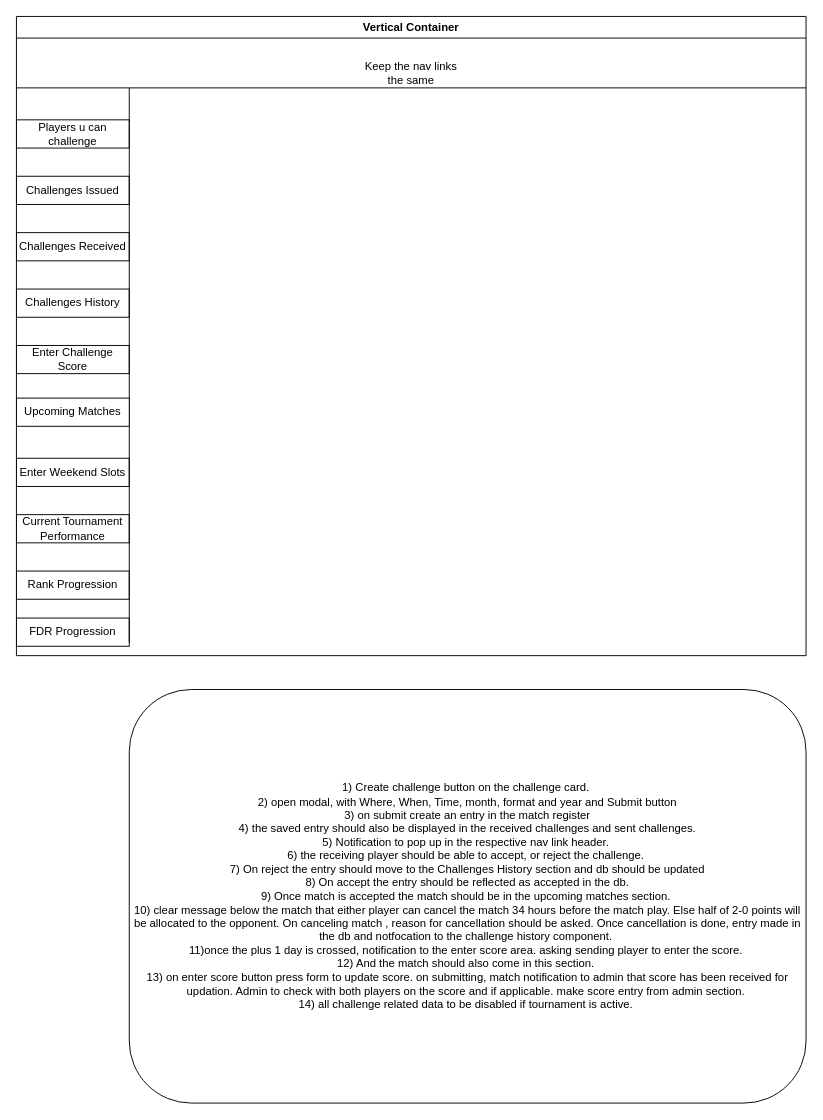
Above: page "player dashboard" (7 of 7) of Untitled Diagram.drawio in snair0410/cv (draw.io), before the change. Source tidied: cells renumbered, new cells numbered last; positions are measured from the earlier drawing's top-left corner, leaving out a move shared by most shapes. Both pictures are drawn from the tidied source at 94%, with x=0, y=0 at pixel (16, 16).
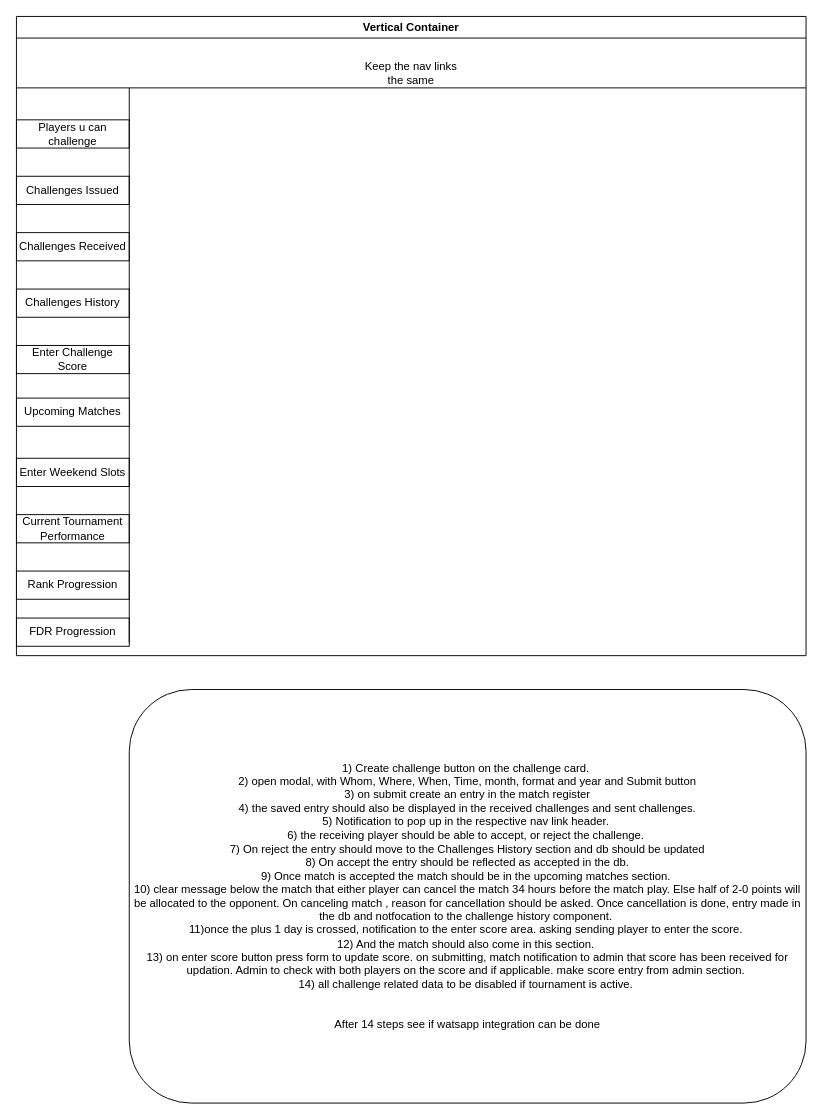
After the change.

What changed in the source:
```diff
@@
 <mxGraphModel>
   <root>
     <mxCell id="0" />
     <mxCell id="1" parent="0" />
     <mxCell id="2" value="Vertical Container" style="swimlane;" parent="1" vertex="1">
       <mxGeometry width="840" height="680" as="geometry" />
     </mxCell>
     <mxCell id="3" value="Keep the nav links the same" style="text;html=1;strokeColor=none;fillColor=none;align=center;verticalAlign=middle;whiteSpace=wrap;rounded=0;" parent="2" vertex="1">
       <mxGeometry x="360" y="50" width="120" height="20" as="geometry" />
     </mxCell>
     <mxCell id="4" value="Players u can challenge" style="rounded=0;whiteSpace=wrap;html=1;" parent="2" vertex="1">
       <mxGeometry y="110" width="120" height="30" as="geometry" />
     </mxCell>
     <mxCell id="5" value="Challenges Issued" style="rounded=0;whiteSpace=wrap;html=1;" parent="2" vertex="1">
       <mxGeometry y="170" width="120" height="30" as="geometry" />
     </mxCell>
     <mxCell id="6" value="Challenges Received" style="rounded=0;whiteSpace=wrap;html=1;" parent="2" vertex="1">
       <mxGeometry y="230" width="120" height="30" as="geometry" />
     </mxCell>
     <mxCell id="7" value="Challenges History" style="rounded=0;whiteSpace=wrap;html=1;" parent="2" vertex="1">
       <mxGeometry y="290" width="120" height="30" as="geometry" />
     </mxCell>
     <mxCell id="8" value="Enter Challenge Score" style="rounded=0;whiteSpace=wrap;html=1;" parent="2" vertex="1">
       <mxGeometry y="350" width="120" height="30" as="geometry" />
     </mxCell>
     <mxCell id="9" value="FDR Progression" style="rounded=0;whiteSpace=wrap;html=1;" parent="2" vertex="1">
       <mxGeometry y="640" width="120" height="30" as="geometry" />
     </mxCell>
     <mxCell id="10" value="Enter Weekend Slots" style="rounded=0;whiteSpace=wrap;html=1;" parent="2" vertex="1">
       <mxGeometry y="470" width="120" height="30" as="geometry" />
     </mxCell>
     <mxCell id="11" value="Rank Progression" style="rounded=0;whiteSpace=wrap;html=1;" parent="2" vertex="1">
       <mxGeometry y="590" width="120" height="30" as="geometry" />
     </mxCell>
     <mxCell id="12" value="Current Tournament Performance" style="rounded=0;whiteSpace=wrap;html=1;" parent="2" vertex="1">
       <mxGeometry y="530" width="120" height="30" as="geometry" />
     </mxCell>
     <mxCell id="13" style="endArrow=none;html=1;" parent="1" edge="1">
       <mxGeometry relative="1" as="geometry">
         <mxPoint y="76" as="sourcePoint" />
         <mxPoint x="840" y="76" as="targetPoint" />
       </mxGeometry>
     </mxCell>
     <mxCell id="14" style="endArrow=none;html=1;" parent="1" edge="1">
       <mxGeometry relative="1" as="geometry">
         <mxPoint x="120" y="666" as="sourcePoint" />
         <mxPoint x="120" y="76" as="targetPoint" />
       </mxGeometry>
     </mxCell>
     <mxCell id="15" value="Upcoming Matches" style="rounded=0;whiteSpace=wrap;html=1;" parent="1" vertex="1">
       <mxGeometry y="406" width="120" height="30" as="geometry" />
     </mxCell>
-    <mxCell id="16" value="1) Create challenge button on the challenge card.&amp;nbsp;&lt;br&gt;2) open modal, with Where, When, Time, month, format and year and Submit button&lt;br&gt;3) on submit create an entry in the match register&lt;br&gt;4) the saved entry should also be displayed in the received challenges and sent challenges.&lt;br&gt;5) Notification to pop up in the respective nav link header.&amp;nbsp;&lt;br&gt;6) the receiving player should be able to accept, or reject the challenge.&amp;nbsp;&lt;br&gt;7) On reject the entry should move to the Challenges History section and db should be updated&lt;br&gt;8) On accept the entry should be reflected as accepted in the db.&lt;br&gt;9) Once match is accepted the match should be in the upcoming matches section.&amp;nbsp;&lt;br&gt;10) clear message below the match that either player can cancel the match 34 hours before the match play. Else half of 2-0 points will be allocated to the opponent. On canceling match , reason for cancellation should be asked. Once cancellation is done, entry made in the db and notfocation to the challenge history component.&amp;nbsp;&lt;br&gt;11)once the plus 1 day is crossed, notification to the enter score area. asking sending player to enter the score.&amp;nbsp;&lt;br&gt;12) And the match should also come in this section.&amp;nbsp;&lt;br&gt;13) on enter score button press form to update score. on submitting, match notification to admin that score has been received for updation. Admin to check with both players on the score and if applicable. make score entry from admin section.&amp;nbsp;&lt;br&gt;14) all challenge related data to be disabled if tournament is active.&amp;nbsp;&lt;br&gt;" style="rounded=1;whiteSpace=wrap;html=1;" parent="1" vertex="1">
+    <mxCell id="16" value="1) Create challenge button on the challenge card.&amp;nbsp;&lt;br&gt;2) open modal, with Whom, Where, When, Time, month, format and year and Submit button&lt;br&gt;3) on submit create an entry in the match register&lt;br&gt;4) the saved entry should also be displayed in the received challenges and sent challenges.&lt;br&gt;5) Notification to pop up in the respective nav link header.&amp;nbsp;&lt;br&gt;6) the receiving player should be able to accept, or reject the challenge.&amp;nbsp;&lt;br&gt;7) On reject the entry should move to the Challenges History section and db should be updated&lt;br&gt;8) On accept the entry should be reflected as accepted in the db.&lt;br&gt;9) Once match is accepted the match should be in the upcoming matches section.&amp;nbsp;&lt;br&gt;10) clear message below the match that either player can cancel the match 34 hours before the match play. Else half of 2-0 points will be allocated to the opponent. On canceling match , reason for cancellation should be asked. Once cancellation is done, entry made in the db and notfocation to the challenge history component.&amp;nbsp;&lt;br&gt;11)once the plus 1 day is crossed, notification to the enter score area. asking sending player to enter the score.&amp;nbsp;&lt;br&gt;12) And the match should also come in this section.&amp;nbsp;&lt;br&gt;13) on enter score button press form to update score. on submitting, match notification to admin that score has been received for updation. Admin to check with both players on the score and if applicable. make score entry from admin section.&amp;nbsp;&lt;br&gt;14) all challenge related data to be disabled if tournament is active.&amp;nbsp;&lt;br&gt;&lt;br&gt;&lt;br&gt;After 14 steps see if watsapp integration can be done" style="rounded=1;whiteSpace=wrap;html=1;" parent="1" vertex="1">
       <mxGeometry x="120" y="716" width="720" height="440" as="geometry" />
     </mxCell>
   </root>
 </mxGraphModel>
```
